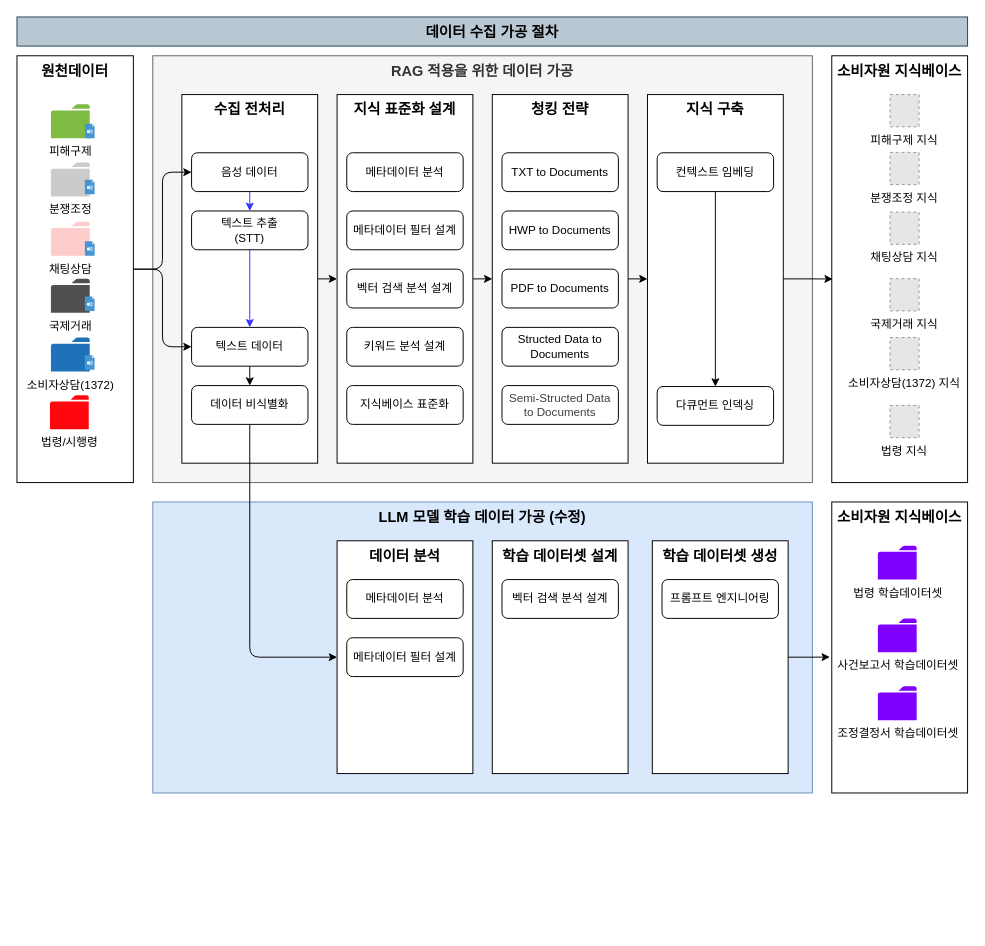
eunpa/KCA keeps this draw.io diagram as page "데이터 수집 가공" (2 of 7) of docs/KCA.drawio. Above is the earlier version. Source tidied: cells renumbered, new cells numbered last; positions are measured from the earlier drawing's top-left corner, leaving out a move shared by most shapes. Both pictures are drawn from the tidied source at 97%, with x=0, y=0 at pixel (16, 16). Pictures stored in the file or linked from it are replaced by grey dashed boxes.
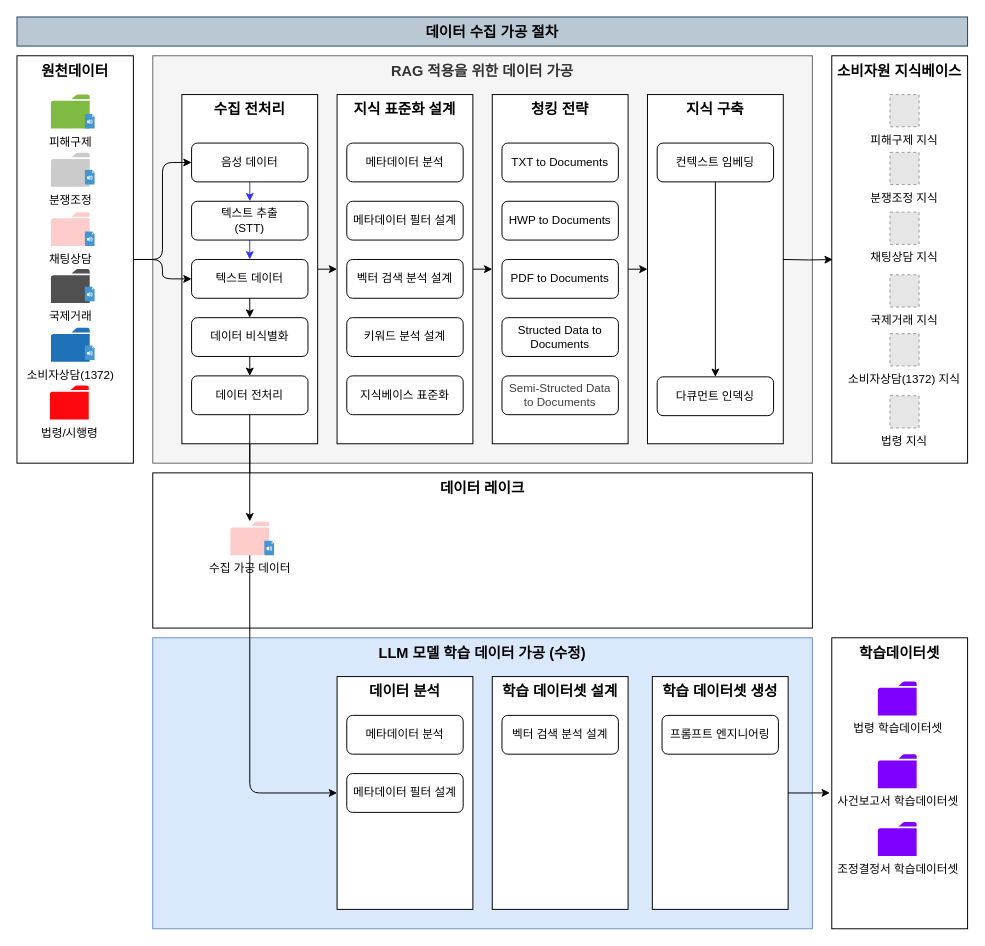
The same diagram, later.

What changed in the source:
```diff
@@
     <mxCell id="2" value="&lt;span&gt;소비자원 지식베이스&lt;/span&gt;" style="whiteSpace=wrap;html=1;verticalAlign=top;fontStyle=1;fontSize=15;" parent="1" vertex="1">
-      <mxGeometry x="840" y="40" width="140" height="440" as="geometry" />
+      <mxGeometry x="840" y="40" width="140" height="420" as="geometry" />
     </mxCell>
@@
     <mxCell id="6" value="국제거래 지식" style="fillColor=#E6E6E6;strokeColor=#999999;dashed=1;verticalLabelPosition=bottom;labelBackgroundColor=default;verticalAlign=top;" parent="1" vertex="1">
-      <mxGeometry x="900" y="269.8" width="30" height="33.2" as="geometry" />
+      <mxGeometry x="900" y="265.8" width="30" height="33.2" as="geometry" />
     </mxCell>
     <mxCell id="7" value="소비자상담(1372) 지식" style="fillColor=#E6E6E6;strokeColor=#999999;dashed=1;verticalLabelPosition=bottom;labelBackgroundColor=default;verticalAlign=top;" parent="1" vertex="1">
-      <mxGeometry x="900" y="330.5" width="30" height="33.2" as="geometry" />
+      <mxGeometry x="900" y="326.5" width="30" height="33.2" as="geometry" />
     </mxCell>
     <mxCell id="8" value="RAG 적용을 위한 데이터 가공" style="whiteSpace=wrap;html=1;fontStyle=1;verticalAlign=top;fontSize=15;fillColor=#f5f5f5;fontColor=#333333;strokeColor=#666666;" parent="1" vertex="1">
-      <mxGeometry x="140" y="40" width="680" height="440" as="geometry" />
+      <mxGeometry x="140" y="40" width="680" height="420" as="geometry" />
     </mxCell>
     <mxCell id="9" value="원천데이터" style="whiteSpace=wrap;html=1;verticalAlign=top;fontStyle=1;fontSize=15;" parent="1" vertex="1">
-      <mxGeometry y="40" width="120" height="440" as="geometry" />
+      <mxGeometry y="40" width="120" height="420" as="geometry" />
     </mxCell>
-    <mxCell id="10" style="edgeStyle=orthogonalEdgeStyle;rounded=0;jettySize=auto;html=1;exitX=1;exitY=0.5;exitDx=0;exitDy=0;entryX=0;entryY=0.5;entryDx=0;entryDy=0;" parent="1" edge="1" source="11" target="19">
-      <mxGeometry relative="1" as="geometry" />
+    <mxCell id="10" style="edgeStyle=orthogonalEdgeStyle;rounded=0;orthogonalLoop=1;jettySize=auto;html=1;exitX=1;exitY=0.5;exitDx=0;exitDy=0;entryX=0;entryY=0.5;entryDx=0;entryDy=0;" parent="1" edge="1">
+      <mxGeometry relative="1" as="geometry">
+        <mxPoint x="310" y="260" as="sourcePoint" />
+        <mxPoint x="330" y="260" as="targetPoint" />
+      </mxGeometry>
     </mxCell>
+    <mxCell id="76" style="edgeStyle=orthogonalEdgeStyle;rounded=0;jettySize=auto;html=1;" parent="1" edge="1" source="11" target="80">
+      <mxGeometry relative="1" as="geometry" />
+    </mxCell>
     <mxCell id="11" value="수집 전처리" style="whiteSpace=wrap;html=1;verticalAlign=top;fontStyle=1;fontSize=15;" parent="1" vertex="1">
-      <mxGeometry x="170" y="80" width="140" height="380" as="geometry" />
+      <mxGeometry x="170" y="80" width="140" height="360" as="geometry" />
     </mxCell>
@@
     <mxCell id="13" value="텍스트 데이터" style="rounded=1;whiteSpace=wrap;html=1;" parent="1" vertex="1">
-      <mxGeometry x="180" y="320" width="120" height="40" as="geometry" />
+      <mxGeometry x="180" y="250" width="120" height="40" as="geometry" />
     </mxCell>
@@
     <mxCell id="15" value="음성 데이터" style="rounded=1;whiteSpace=wrap;html=1;" parent="1" vertex="1">
-      <mxGeometry x="180" y="140" width="120" height="40" as="geometry" />
+      <mxGeometry x="180" y="130" width="120" height="40" as="geometry" />
     </mxCell>
@@
     <mxCell id="17" value="&lt;div&gt;텍스트 추출&lt;/div&gt;(STT)" style="rounded=1;whiteSpace=wrap;html=1;" parent="1" vertex="1">
-      <mxGeometry x="180" y="200" width="120" height="40" as="geometry" />
+      <mxGeometry x="180" y="190" width="120" height="40" as="geometry" />
     </mxCell>
-    <mxCell id="18" style="edgeStyle=orthogonalEdgeStyle;rounded=0;jettySize=auto;html=1;entryX=0;entryY=0.5;entryDx=0;entryDy=0;exitX=1;exitY=0.5;exitDx=0;exitDy=0;" parent="1" edge="1" source="19" target="21">
-      <mxGeometry relative="1" as="geometry" />
+    <mxCell id="18" style="edgeStyle=orthogonalEdgeStyle;rounded=0;orthogonalLoop=1;jettySize=auto;html=1;entryX=0;entryY=0.5;entryDx=0;entryDy=0;exitX=1;exitY=0.5;exitDx=0;exitDy=0;" parent="1" edge="1">
+      <mxGeometry relative="1" as="geometry">
+        <mxPoint x="470" y="260" as="sourcePoint" />
+        <mxPoint x="490" y="260" as="targetPoint" />
+      </mxGeometry>
     </mxCell>
     <mxCell id="19" value="지식 표준화 설계" style="whiteSpace=wrap;html=1;verticalAlign=top;fontStyle=1;fontSize=15;" parent="1" vertex="1">
-      <mxGeometry x="330" y="80" width="140" height="380" as="geometry" />
+      <mxGeometry x="330" y="80" width="140" height="360" as="geometry" />
     </mxCell>
-    <mxCell id="20" style="edgeStyle=orthogonalEdgeStyle;rounded=0;jettySize=auto;html=1;exitX=1;exitY=0.5;exitDx=0;exitDy=0;entryX=0;entryY=0.5;entryDx=0;entryDy=0;" parent="1" edge="1" source="21" target="22">
-      <mxGeometry relative="1" as="geometry" />
+    <mxCell id="20" style="edgeStyle=orthogonalEdgeStyle;rounded=0;orthogonalLoop=1;jettySize=auto;html=1;exitX=1;exitY=0.5;exitDx=0;exitDy=0;entryX=0;entryY=0.5;entryDx=0;entryDy=0;" parent="1" edge="1">
+      <mxGeometry relative="1" as="geometry">
+        <mxPoint x="630" y="260" as="sourcePoint" />
+        <mxPoint x="650" y="260" as="targetPoint" />
+      </mxGeometry>
     </mxCell>
     <mxCell id="21" value="청킹 전략" style="whiteSpace=wrap;html=1;verticalAlign=top;fontStyle=1;fontSize=15;" parent="1" vertex="1">
-      <mxGeometry x="490" y="80" width="140" height="380" as="geometry" />
+      <mxGeometry x="490" y="80" width="140" height="360" as="geometry" />
     </mxCell>
     <mxCell id="22" value="지식 구축" style="whiteSpace=wrap;html=1;verticalAlign=top;fontStyle=1;fontSize=15;" parent="1" vertex="1">
-      <mxGeometry x="650" y="80" width="140" height="380" as="geometry" />
+      <mxGeometry x="650" y="80" width="140" height="360" as="geometry" />
     </mxCell>
     <mxCell id="23" value="TXT to Documents" style="rounded=1;whiteSpace=wrap;html=1;" parent="1" vertex="1">
-      <mxGeometry x="500" y="140" width="120" height="40" as="geometry" />
+      <mxGeometry x="500" y="130" width="120" height="40" as="geometry" />
     </mxCell>
     <mxCell id="24" value="&lt;div&gt;HWP to Documents&lt;/div&gt;" style="rounded=1;whiteSpace=wrap;html=1;" parent="1" vertex="1">
-      <mxGeometry x="500" y="200" width="120" height="40" as="geometry" />
+      <mxGeometry x="500" y="190" width="120" height="40" as="geometry" />
     </mxCell>
     <mxCell id="25" value="&lt;div&gt;PDF to Documents&lt;/div&gt;" style="rounded=1;whiteSpace=wrap;html=1;" parent="1" vertex="1">
-      <mxGeometry x="500" y="260" width="120" height="40" as="geometry" />
+      <mxGeometry x="500" y="250" width="120" height="40" as="geometry" />
     </mxCell>
     <mxCell id="26" value="&lt;div&gt;Structed Data to Documents&lt;/div&gt;" style="rounded=1;whiteSpace=wrap;html=1;" parent="1" vertex="1">
-      <mxGeometry x="500" y="320" width="120" height="40" as="geometry" />
+      <mxGeometry x="500" y="310" width="120" height="40" as="geometry" />
     </mxCell>
     <mxCell id="27" value="&lt;span style=&quot;color: rgb(63, 63, 63);&quot;&gt;Semi-Structed Data to Documents&lt;/span&gt;" style="rounded=1;whiteSpace=wrap;html=1;" parent="1" vertex="1">
-      <mxGeometry x="500" y="380" width="120" height="40" as="geometry" />
+      <mxGeometry x="500" y="370" width="120" height="40" as="geometry" />
     </mxCell>
     <mxCell id="28" value="메타데이터 분석" style="rounded=1;whiteSpace=wrap;html=1;" parent="1" vertex="1">
-      <mxGeometry x="340" y="140" width="120" height="40" as="geometry" />
+      <mxGeometry x="340" y="130" width="120" height="40" as="geometry" />
     </mxCell>
     <mxCell id="29" value="메타데이터 필터 설계" style="rounded=1;whiteSpace=wrap;html=1;" parent="1" vertex="1">
-      <mxGeometry x="340" y="200" width="120" height="40" as="geometry" />
+      <mxGeometry x="340" y="190" width="120" height="40" as="geometry" />
     </mxCell>
     <mxCell id="30" value="벡터 검색 분석 설계" style="rounded=1;whiteSpace=wrap;html=1;" parent="1" vertex="1">
-      <mxGeometry x="340" y="260" width="120" height="40" as="geometry" />
+      <mxGeometry x="340" y="250" width="120" height="40" as="geometry" />
     </mxCell>
     <mxCell id="31" value="&lt;span style=&quot;color: rgb(0, 0, 0);&quot;&gt;키워드 분석 설계&lt;/span&gt;" style="rounded=1;whiteSpace=wrap;html=1;" parent="1" vertex="1">
-      <mxGeometry x="340" y="320" width="120" height="40" as="geometry" />
+      <mxGeometry x="340" y="310" width="120" height="40" as="geometry" />
     </mxCell>
     <mxCell id="32" value="지식베이스 표준화" style="rounded=1;whiteSpace=wrap;html=1;" parent="1" vertex="1">
-      <mxGeometry x="340" y="380" width="120" height="40" as="geometry" />
+      <mxGeometry x="340" y="370" width="120" height="40" as="geometry" />
     </mxCell>
@@
     <mxCell id="34" value="컨텍스트 임베딩" style="rounded=1;whiteSpace=wrap;html=1;" parent="1" vertex="1">
-      <mxGeometry x="660" y="140" width="120" height="40" as="geometry" />
+      <mxGeometry x="660" y="130" width="120" height="40" as="geometry" />
     </mxCell>
     <mxCell id="35" value="다큐먼트 인덱싱" style="rounded=1;whiteSpace=wrap;html=1;" parent="1" vertex="1">
-      <mxGeometry x="660" y="381" width="120" height="40" as="geometry" />
+      <mxGeometry x="660" y="371" width="120" height="40" as="geometry" />
     </mxCell>
     <mxCell id="36" value="법령 지식" style="fillColor=#E6E6E6;strokeColor=#999999;dashed=1;verticalLabelPosition=bottom;labelBackgroundColor=default;verticalAlign=top;" parent="1" vertex="1">
-      <mxGeometry x="900" y="400.5" width="30" height="33.2" as="geometry" />
+      <mxGeometry x="900" y="390.5" width="30" height="33.2" as="geometry" />
     </mxCell>
     <mxCell id="37" style="group;" parent="1" vertex="1">
-      <mxGeometry x="35" y="90" width="45" height="35" as="geometry" />
+      <mxGeometry x="35" y="80" width="45" height="35" as="geometry" />
     </mxCell>
@@
     <mxCell id="40" style="group;" parent="1" vertex="1">
-      <mxGeometry x="35" y="150" width="45" height="35" as="geometry" />
+      <mxGeometry x="35" y="140" width="45" height="35" as="geometry" />
     </mxCell>
@@
     <mxCell id="43" style="group;" parent="1" vertex="1">
-      <mxGeometry x="35" y="211.2" width="45" height="35" as="geometry" />
+      <mxGeometry x="35" y="201.2" width="45" height="35" as="geometry" />
     </mxCell>
@@
     <mxCell id="46" style="group;" parent="1" vertex="1">
-      <mxGeometry x="35" y="269.9" width="45" height="35" as="geometry" />
+      <mxGeometry x="35" y="259.9" width="45" height="35" as="geometry" />
     </mxCell>
@@
     <mxCell id="49" style="group;" parent="1" vertex="1">
-      <mxGeometry x="35" y="330.5" width="45" height="35" as="geometry" />
+      <mxGeometry x="35" y="320.5" width="45" height="35" as="geometry" />
     </mxCell>
@@
     <mxCell id="52" style="group;" parent="1" vertex="1">
-      <mxGeometry x="34" y="390" width="45" height="35" as="geometry" />
+      <mxGeometry x="34" y="380" width="45" height="35" as="geometry" />
     </mxCell>
@@
     <mxCell id="55" value="LLM 모델 학습 데이터 가공 (수정)" style="whiteSpace=wrap;html=1;fontStyle=1;verticalAlign=top;fontSize=15;fillColor=#dae8fc;strokeColor=#6c8ebf;" parent="1" vertex="1">
-      <mxGeometry x="140" y="500" width="680" height="300" as="geometry" />
+      <mxGeometry x="140" y="640" width="680" height="300" as="geometry" />
     </mxCell>
     <mxCell id="56" value="데이터 분석" style="whiteSpace=wrap;html=1;verticalAlign=top;fontStyle=1;fontSize=15;" parent="1" vertex="1">
-      <mxGeometry x="330" y="540" width="140" height="240" as="geometry" />
+      <mxGeometry x="330" y="680" width="140" height="240" as="geometry" />
     </mxCell>
     <mxCell id="57" value="메타데이터 분석" style="rounded=1;whiteSpace=wrap;html=1;" parent="1" vertex="1">
-      <mxGeometry x="340" y="580" width="120" height="40" as="geometry" />
+      <mxGeometry x="340" y="720" width="120" height="40" as="geometry" />
     </mxCell>
     <mxCell id="58" value="메타데이터 필터 설계" style="rounded=1;whiteSpace=wrap;html=1;" parent="1" vertex="1">
-      <mxGeometry x="340" y="640" width="120" height="40" as="geometry" />
+      <mxGeometry x="340" y="780" width="120" height="40" as="geometry" />
     </mxCell>
     <mxCell id="59" value="학습 데이터셋 설계" style="whiteSpace=wrap;html=1;verticalAlign=top;fontStyle=1;fontSize=15;" parent="1" vertex="1">
-      <mxGeometry x="490" y="540" width="140" height="240" as="geometry" />
+      <mxGeometry x="490" y="680" width="140" height="240" as="geometry" />
     </mxCell>
     <mxCell id="60" value="학습 데이터셋 생성" style="whiteSpace=wrap;html=1;verticalAlign=top;fontStyle=1;fontSize=15;" parent="1" vertex="1">
-      <mxGeometry x="655" y="540" width="140" height="240" as="geometry" />
+      <mxGeometry x="655" y="680" width="140" height="240" as="geometry" />
     </mxCell>
-    <mxCell id="61" style="edgeStyle=orthogonalEdgeStyle;html=1;exitX=0.5;exitY=1;exitDx=0;exitDy=0;entryX=0;entryY=0.5;entryDx=0;entryDy=0;" parent="1" edge="1" source="75" target="56">
-      <mxGeometry relative="1" as="geometry" />
-    </mxCell>
     <mxCell id="62" value="벡터 검색 분석 설계" style="rounded=1;whiteSpace=wrap;html=1;" parent="1" vertex="1">
-      <mxGeometry x="500" y="580" width="120" height="40" as="geometry" />
+      <mxGeometry x="500" y="720" width="120" height="40" as="geometry" />
     </mxCell>
     <mxCell id="63" value="프롬프트 엔지니어링" style="rounded=1;whiteSpace=wrap;html=1;" parent="1" vertex="1">
-      <mxGeometry x="665" y="580" width="120" height="40" as="geometry" />
+      <mxGeometry x="665" y="720" width="120" height="40" as="geometry" />
     </mxCell>
-    <mxCell id="64" value="&lt;span&gt;소비자원 지식베이스&lt;/span&gt;" style="whiteSpace=wrap;html=1;verticalAlign=top;fontStyle=1;fontSize=15;" parent="1" vertex="1">
-      <mxGeometry x="840" y="500" width="140" height="300" as="geometry" />
+    <mxCell id="64" value="&lt;span&gt;학습데이터셋&lt;/span&gt;" style="whiteSpace=wrap;html=1;verticalAlign=top;fontStyle=1;fontSize=15;" parent="1" vertex="1">
+      <mxGeometry x="840" y="640" width="140" height="300" as="geometry" />
     </mxCell>
     <mxCell id="65" style="group;fillColor=default;" parent="1" vertex="1">
-      <mxGeometry x="887.5" y="545" width="45" height="35" as="geometry" />
+      <mxGeometry x="887.5" y="685" width="45" height="35" as="geometry" />
     </mxCell>
@@
     <mxCell id="67" style="group;fillColor=default;" parent="1" vertex="1">
-      <mxGeometry x="887.5" y="620" width="45" height="35" as="geometry" />
+      <mxGeometry x="887.5" y="760" width="45" height="35" as="geometry" />
     </mxCell>
@@
     <mxCell id="69" style="group;fillColor=default;" parent="1" vertex="1">
-      <mxGeometry x="887.5" y="690" width="45" height="35" as="geometry" />
+      <mxGeometry x="887.5" y="830" width="45" height="35" as="geometry" />
     </mxCell>
@@
-    <mxCell id="73" style="edgeStyle=orthogonalEdgeStyle;rounded=0;jettySize=auto;html=1;exitX=1;exitY=0.5;exitDx=0;exitDy=0;entryX=0.007;entryY=0.523;entryDx=0;entryDy=0;entryPerimeter=0;" parent="1" edge="1" source="22" target="2">
-      <mxGeometry relative="1" as="geometry" />
+    <mxCell id="73" style="edgeStyle=orthogonalEdgeStyle;rounded=0;orthogonalLoop=1;jettySize=auto;html=1;exitX=1;exitY=0.5;exitDx=0;exitDy=0;entryX=0.007;entryY=0.523;entryDx=0;entryDy=0;entryPerimeter=0;" parent="1" edge="1">
+      <mxGeometry relative="1" as="geometry">
+        <mxPoint x="790" y="250" as="sourcePoint" />
+        <mxPoint x="841" y="250.1" as="targetPoint" />
+      </mxGeometry>
     </mxCell>
@@
     <mxCell id="75" value="데이터 비식별화" style="rounded=1;whiteSpace=wrap;html=1;" parent="1" vertex="1">
-      <mxGeometry x="180" y="380" width="120" height="40" as="geometry" />
+      <mxGeometry x="180" y="310" width="120" height="40" as="geometry" />
     </mxCell>
+    <mxCell id="77" value="데이터 레이크" style="whiteSpace=wrap;html=1;verticalAlign=top;fontStyle=1;fontSize=15;" parent="1" vertex="1">
+      <mxGeometry x="140" y="470" width="680" height="160" as="geometry" />
+    </mxCell>
+    <mxCell id="78" style="group;" parent="1" vertex="1">
+      <mxGeometry x="220" y="520" width="45" height="35" as="geometry" />
+    </mxCell>
+    <mxCell id="79" value="수집 가공 데이터" style="sketch=0;shadow=0;dashed=0;html=1;strokeColor=none;labelPosition=center;verticalLabelPosition=bottom;verticalAlign=top;outlineConnect=0;align=center;shape=mxgraph.office.concepts.folder;fillColor=#FFCCCC;" parent="78" vertex="1">
+      <mxGeometry width="40" height="35" as="geometry" />
+    </mxCell>
+    <mxCell id="80" style="shadow=0;dashed=0;html=1;strokeColor=none;fillColor=#4495D1;labelPosition=center;verticalLabelPosition=bottom;verticalAlign=top;align=center;outlineConnect=0;shape=mxgraph.veeam.audio_file;" parent="78" vertex="1">
+      <mxGeometry x="35" y="20" width="10" height="15" as="geometry" />
+    </mxCell>
+    <mxCell id="81" style="edgeStyle=orthogonalEdgeStyle;html=1;exitX=0.5;exitY=1;exitDx=0;exitDy=0;" parent="1" edge="1" source="83" target="79">
+      <mxGeometry relative="1" as="geometry" />
+    </mxCell>
+    <mxCell id="82" style="edgeStyle=orthogonalEdgeStyle;html=1;exitX=0.5;exitY=1;exitDx=0;exitDy=0;" parent="1" edge="1" source="75" target="83">
+      <mxGeometry relative="1" as="geometry" />
+    </mxCell>
+    <mxCell id="83" value="데이터 전처리" style="rounded=1;whiteSpace=wrap;html=1;" parent="1" vertex="1">
+      <mxGeometry x="180" y="370" width="120" height="40" as="geometry" />
+    </mxCell>
+    <mxCell id="61" style="edgeStyle=orthogonalEdgeStyle;html=1;entryX=0;entryY=0.5;entryDx=0;entryDy=0;" parent="1" edge="1" source="79" target="56">
+      <mxGeometry relative="1" as="geometry">
+        <Array as="points">
+          <mxPoint x="240" y="800" />
+        </Array>
+      </mxGeometry>
+    </mxCell>
```
